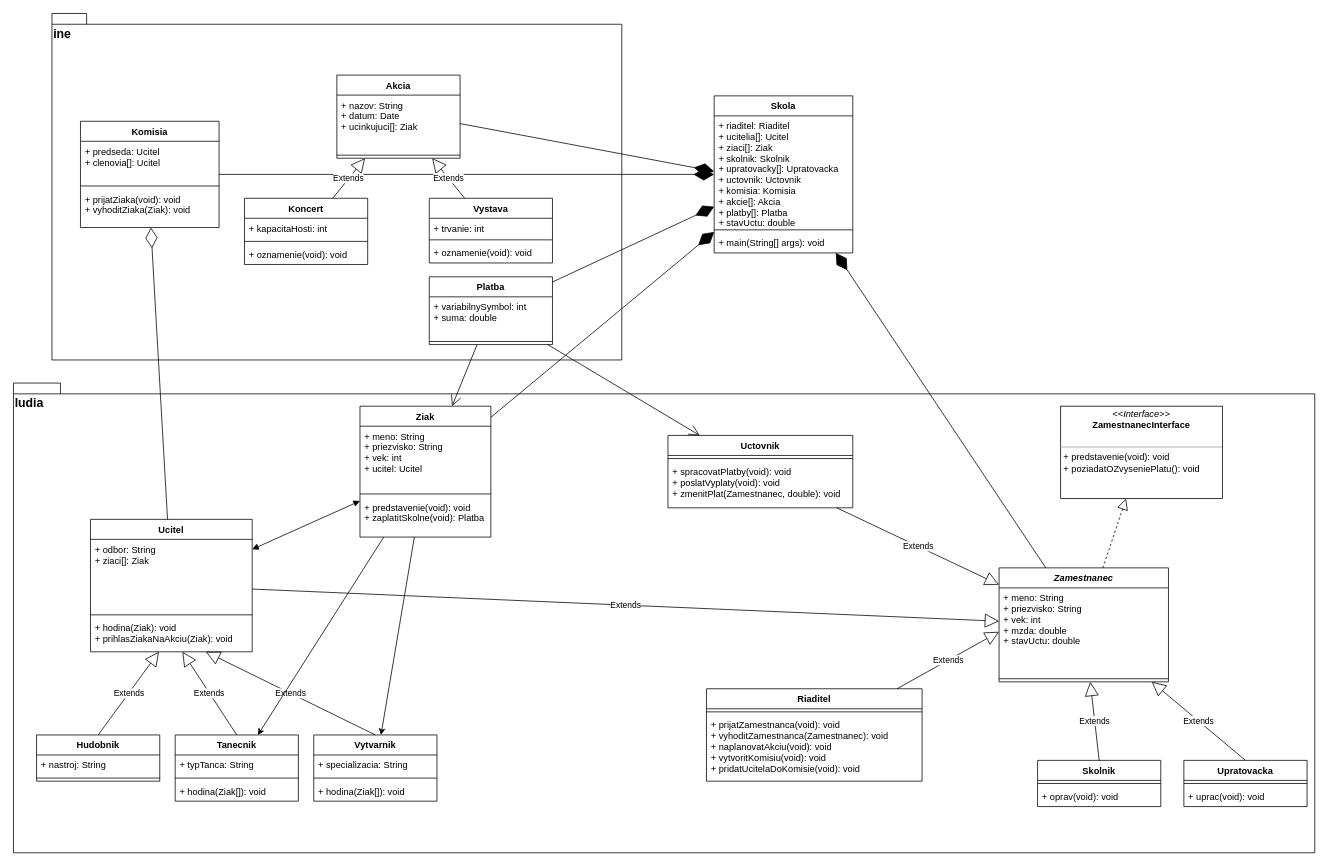
okmada123/draw.io keeps this draw.io diagram as Untitled Diagram.drawio. Above is the earlier version. Source tidied: cells renumbered, new cells numbered last; positions are measured from the earlier drawing's top-left corner, leaving out a move shared by most shapes. Both pictures are drawn from the tidied source at 77%, with x=0, y=0 at pixel (13, 13).
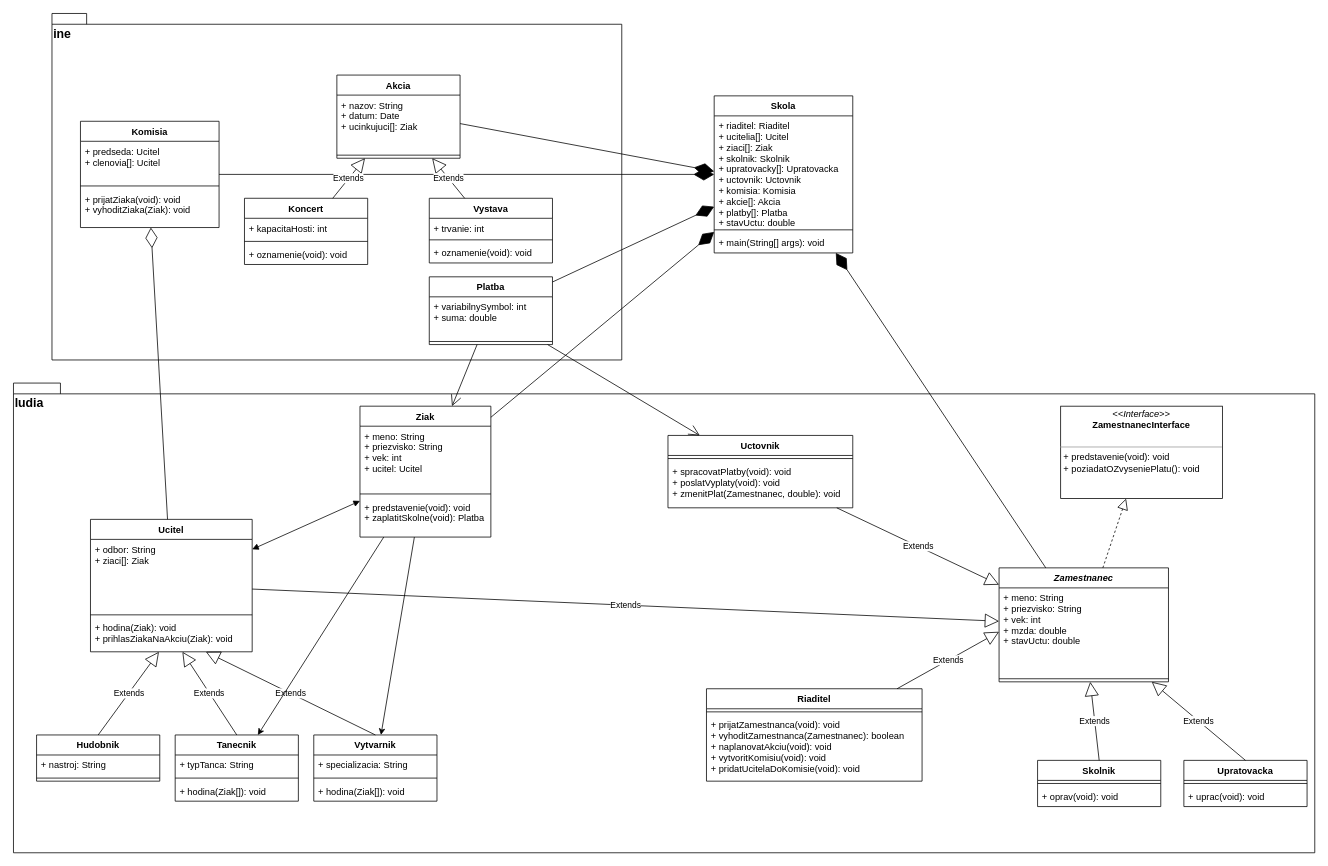
After the change.

Unchanged cells that the change refers to:
```xml
<mxCell id="8" value="Riaditel" style="swimlane;fontStyle=1;align=center;verticalAlign=top;horizontal=1;startSize=26;" parent="1" vertex="1">
  <mxGeometry x="900" y="877" width="280" height="120" as="geometry" />
</mxCell>
```

Change to the diagram source:
```diff
@@
-    <mxCell id="10" value="+ prijatZamestnanca(void): void&#10;+ vyhoditZamestnanca(Zamestnanec): void&#10;+ naplanovatAkciu(void): void&#10;+ vytvoritKomisiu(void): void&#10;+ pridatUcitelaDoKomisie(void): void" style="text;strokeColor=none;fillColor=none;align=left;verticalAlign=top;spacingLeft=4;spacingRight=4;overflow=hidden;" parent="8" vertex="1">
+    <mxCell id="10" value="+ prijatZamestnanca(void): void&#10;+ vyhoditZamestnanca(Zamestnanec): boolean&#10;+ naplanovatAkciu(void): void&#10;+ vytvoritKomisiu(void): void&#10;+ pridatUcitelaDoKomisie(void): void" style="text;strokeColor=none;fillColor=none;align=left;verticalAlign=top;spacingLeft=4;spacingRight=4;overflow=hidden;" parent="8" vertex="1">
       <mxGeometry y="34" width="280" height="86" as="geometry" />
     </mxCell>
```
